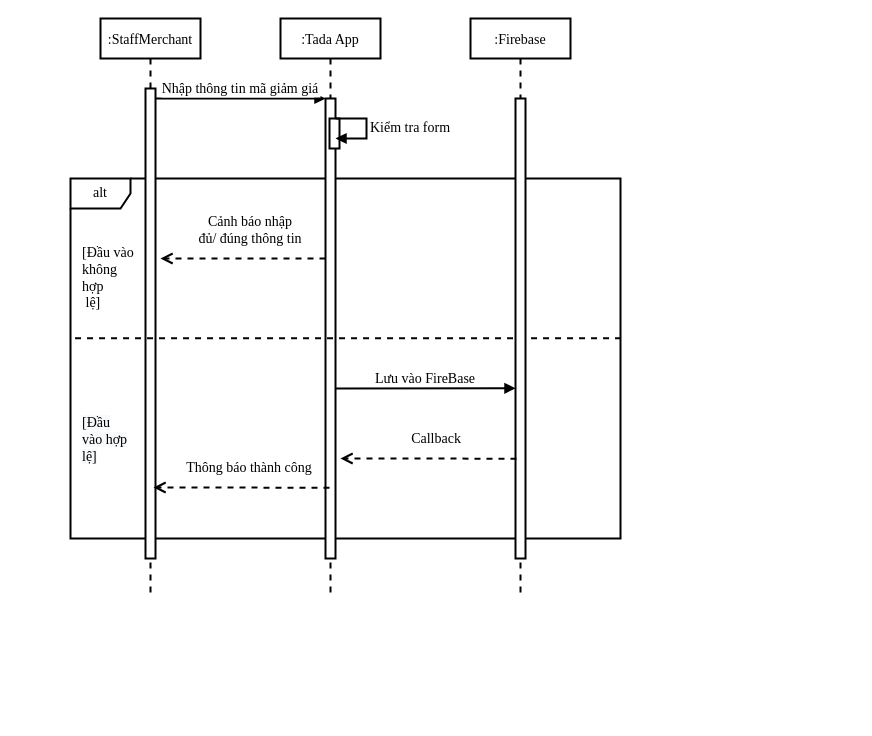
nguyendu11a2/TADA_DIAGRAM keeps this draw.io diagram as Untitled Diagram.drawio. Above is the earlier version. Source tidied: cells renumbered, new cells numbered last; positions are measured from the earlier drawing's top-left corner, leaving out a move shared by most shapes. Both pictures are drawn from the tidied source at 100%, with x=0, y=0 at pixel (70, 18).
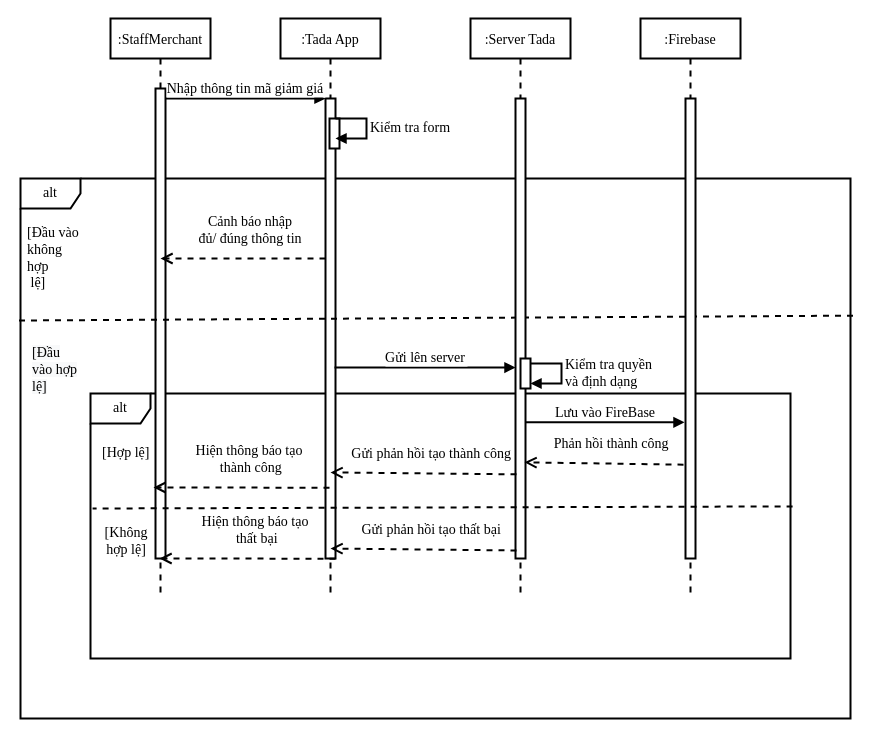
The same page after the edit.

The change refers to these unchanged cells:
```xml
<mxCell id="5" value=":Tada App" style="shape=umlLifeline;perimeter=lifelinePerimeter;rounded=0;shadow=0;strokeWidth=2;fontSize=14;fontFamily=Times New Roman;" parent="1" vertex="1">
  <mxGeometry x="210" width="100" height="580" as="geometry" />
</mxCell>
<mxCell id="6" style="points=[];perimeter=orthogonalPerimeter;rounded=0;shadow=0;strokeWidth=2;fontSize=14;fontFamily=Times New Roman;" parent="5" vertex="1">
  <mxGeometry x="45" y="80" width="10" height="460" as="geometry" />
</mxCell>
<mxCell id="13" style="points=[];perimeter=orthogonalPerimeter;rounded=0;shadow=0;strokeWidth=2;fontSize=14;fontFamily=Times New Roman;" parent="12" vertex="1">
  <mxGeometry x="45" y="80" width="10" height="460" as="geometry" />
</mxCell>
```

The edit, as a diff of the source:
```diff
@@
     <mxCell id="2" value="alt" style="shape=umlFrame;whiteSpace=wrap;html=1;fontSize=14;fontFamily=Times New Roman;strokeWidth=2;" parent="1" vertex="1">
-      <mxGeometry y="160" width="550" height="360" as="geometry" />
+      <mxGeometry x="-50" y="160" width="830" height="540" as="geometry" />
     </mxCell>
+    <mxCell id="19" value="alt" style="shape=umlFrame;whiteSpace=wrap;html=1;fontSize=14;fontFamily=Times New Roman;strokeWidth=2;" parent="1" vertex="1">
+      <mxGeometry x="20" y="375" width="700" height="265" as="geometry" />
+    </mxCell>
     <mxCell id="3" value=":StaffMerchant" style="shape=umlLifeline;perimeter=lifelinePerimeter;rounded=0;shadow=0;strokeWidth=2;fontSize=14;fontFamily=Times New Roman;" parent="1" vertex="1">
-      <mxGeometry x="30" width="100" height="580" as="geometry" />
+      <mxGeometry x="40" width="100" height="580" as="geometry" />
     </mxCell>
@@
-    <mxCell id="9" value="Thông báo thành công" style="verticalAlign=bottom;endArrow=open;dashed=1;endSize=8;shadow=0;strokeWidth=2;fontSize=14;fontFamily=Times New Roman;exitX=0.1;exitY=0.783;exitDx=0;exitDy=0;exitPerimeter=0;" parent="5" edge="1">
+    <mxCell id="9" value="Hiện thông báo tạo&#10; thành công" style="verticalAlign=bottom;endArrow=open;dashed=1;endSize=8;shadow=0;strokeWidth=2;fontSize=14;fontFamily=Times New Roman;exitX=0.1;exitY=0.783;exitDx=0;exitDy=0;exitPerimeter=0;" parent="5" edge="1">
       <mxGeometry x="-0.09" y="-10" relative="1" as="geometry">
         <mxPoint x="49" y="469.2" as="sourcePoint" />
         <mxPoint x="-127" y="469" as="targetPoint" />
       </mxGeometry>
     </mxCell>
+    <mxCell id="20" value="Hiện thông báo tạo&#10; thất bại" style="verticalAlign=bottom;endArrow=open;dashed=1;endSize=8;shadow=0;strokeWidth=2;fontSize=14;fontFamily=Times New Roman;exitX=0.1;exitY=0.783;exitDx=0;exitDy=0;exitPerimeter=0;" parent="5" edge="1">
+      <mxGeometry x="-0.09" y="-10" relative="1" as="geometry">
+        <mxPoint x="55" y="540.2" as="sourcePoint" />
+        <mxPoint x="-121" y="540" as="targetPoint" />
+      </mxGeometry>
+    </mxCell>
-    <mxCell id="10" style="verticalAlign=bottom;endArrow=none;dashed=1;endSize=8;exitX=1.001;exitY=0.444;shadow=0;strokeWidth=2;fontSize=14;fontFamily=Times New Roman;exitDx=0;exitDy=0;exitPerimeter=0;entryX=-0.002;entryY=0.444;entryDx=0;entryDy=0;entryPerimeter=0;endFill=0;" parent="1" edge="1" source="2" target="2">
+    <mxCell id="10" style="verticalAlign=bottom;endArrow=none;dashed=1;endSize=8;exitX=1.003;exitY=0.254;shadow=0;strokeWidth=2;fontSize=14;fontFamily=Times New Roman;exitDx=0;exitDy=0;exitPerimeter=0;entryX=-0.003;entryY=0.263;entryDx=0;entryDy=0;entryPerimeter=0;endFill=0;" parent="1" edge="1" source="2" target="2">
       <mxGeometry relative="1" as="geometry" />
     </mxCell>
@@
-    <mxCell id="12" value=":Firebase" style="shape=umlLifeline;perimeter=lifelinePerimeter;rounded=0;shadow=0;strokeWidth=2;fontSize=14;fontFamily=Times New Roman;" parent="1" vertex="1">
+    <mxCell id="12" value=":Server Tada" style="shape=umlLifeline;perimeter=lifelinePerimeter;rounded=0;shadow=0;strokeWidth=2;fontSize=14;fontFamily=Times New Roman;" parent="1" vertex="1">
       <mxGeometry x="400" width="100" height="580" as="geometry" />
     </mxCell>
@@
-    <mxCell id="14" value="Lưu vào FireBase" style="verticalAlign=bottom;endArrow=block;entryX=0;entryY=0.63;shadow=0;strokeWidth=2;fontSize=14;fontFamily=Times New Roman;entryDx=0;entryDy=0;entryPerimeter=0;" parent="12" edge="1" target="13">
-      <mxGeometry relative="1" as="geometry">
-        <mxPoint x="-135" y="370" as="sourcePoint" />
-      </mxGeometry>
-    </mxCell>
+    <mxCell id="21" style="html=1;perimeter=orthogonalPerimeter;fontSize=14;fontFamily=Times New Roman;strokeWidth=2;" parent="12" vertex="1">
+      <mxGeometry x="50" y="340" width="10" height="30" as="geometry" />
+    </mxCell>
+    <mxCell id="22" value="&lt;span style=&quot;text-align: center ; font-size: 14px&quot;&gt;Kiểm tra quyền &lt;br&gt;và định dạng&lt;/span&gt;" style="edgeStyle=orthogonalEdgeStyle;html=1;align=left;spacingLeft=2;endArrow=block;rounded=0;entryX=1;entryY=0;fontSize=14;fontFamily=Times New Roman;strokeWidth=2;" parent="12" edge="1">
+      <mxGeometry relative="1" as="geometry">
+        <mxPoint x="60" y="345" as="sourcePoint" />
+        <mxPoint x="60" y="365" as="targetPoint" />
+        <Array as="points">
+          <mxPoint x="91" y="345" />
+        </Array>
+      </mxGeometry>
+    </mxCell>
     <mxCell id="15" value="&lt;span style=&quot;color: rgb(0, 0, 0); font-size: 14px; font-style: normal; font-weight: 400; letter-spacing: normal; text-align: center; text-indent: 0px; text-transform: none; word-spacing: 0px; display: inline; float: none; background-color: rgb(255, 255, 255);&quot;&gt;[Đầu vào không hợp&lt;br style=&quot;font-size: 14px;&quot;&gt;&amp;nbsp;lệ]&lt;/span&gt;" style="text;whiteSpace=wrap;html=1;fontSize=14;fontFamily=Times New Roman;strokeWidth=2;" parent="1" vertex="1">
-      <mxGeometry x="10" y="220" width="60" height="50" as="geometry" />
+      <mxGeometry x="-45" y="200" width="60" height="50" as="geometry" />
     </mxCell>
     <mxCell id="16" value="&lt;span style=&quot;color: rgb(0, 0, 0); font-size: 14px; font-style: normal; font-weight: 400; letter-spacing: normal; text-align: center; text-indent: 0px; text-transform: none; word-spacing: 0px; background-color: rgb(248, 249, 250); display: inline; float: none;&quot;&gt;[Đầu vào hợp lệ]&lt;/span&gt;" style="text;whiteSpace=wrap;html=1;fontSize=14;fontFamily=Times New Roman;strokeWidth=2;" parent="1" vertex="1">
-      <mxGeometry x="10" y="390" width="50" height="50" as="geometry" />
+      <mxGeometry x="-40" y="320" width="50" height="50" as="geometry" />
     </mxCell>
@@
-    <mxCell id="18" value="Callback" style="verticalAlign=bottom;endArrow=open;dashed=1;endSize=8;shadow=0;strokeWidth=2;fontSize=14;fontFamily=Times New Roman;exitX=0.1;exitY=0.783;exitDx=0;exitDy=0;exitPerimeter=0;" parent="1" edge="1" source="13">
-      <mxGeometry x="-0.09" y="-10" relative="1" as="geometry">
-        <mxPoint x="270" y="440" as="targetPoint" />
-      </mxGeometry>
+    <mxCell id="18" value="Phản hồi thành công" style="verticalAlign=bottom;endArrow=open;dashed=1;endSize=8;shadow=0;strokeWidth=2;fontSize=14;fontFamily=Times New Roman;exitX=-0.2;exitY=0.796;exitDx=0;exitDy=0;exitPerimeter=0;entryX=0.9;entryY=0.791;entryDx=0;entryDy=0;entryPerimeter=0;" parent="1" edge="1" source="24" target="13">
+      <mxGeometry x="-0.09" y="-10" relative="1" as="geometry" />
     </mxCell>
+    <mxCell id="23" value=":Firebase" style="shape=umlLifeline;perimeter=lifelinePerimeter;rounded=0;shadow=0;strokeWidth=2;fontSize=14;fontFamily=Times New Roman;" parent="1" vertex="1">
+      <mxGeometry x="570" width="100" height="580" as="geometry" />
+    </mxCell>
+    <mxCell id="24" style="points=[];perimeter=orthogonalPerimeter;rounded=0;shadow=0;strokeWidth=2;fontSize=14;fontFamily=Times New Roman;" parent="23" vertex="1">
+      <mxGeometry x="45" y="80" width="10" height="460" as="geometry" />
+    </mxCell>
+    <mxCell id="25" value="Lưu vào FireBase" style="verticalAlign=bottom;endArrow=block;entryX=-0.1;entryY=0.704;shadow=0;strokeWidth=2;fontSize=14;fontFamily=Times New Roman;entryDx=0;entryDy=0;entryPerimeter=0;" parent="1" edge="1" source="13" target="24">
+      <mxGeometry relative="1" as="geometry" />
+    </mxCell>
+    <mxCell id="14" value="Gửi lên server" style="verticalAlign=bottom;endArrow=block;shadow=0;strokeWidth=2;fontSize=14;fontFamily=Times New Roman;exitX=0.9;exitY=0.585;exitDx=0;exitDy=0;exitPerimeter=0;" parent="1" edge="1" source="6" target="13">
+      <mxGeometry relative="1" as="geometry" />
+    </mxCell>
+    <mxCell id="26" value="Gửi phản hồi tạo thành công" style="verticalAlign=bottom;endArrow=open;dashed=1;endSize=8;shadow=0;strokeWidth=2;fontSize=14;fontFamily=Times New Roman;exitX=0.1;exitY=0.817;exitDx=0;exitDy=0;exitPerimeter=0;entryX=0.9;entryY=0.791;entryDx=0;entryDy=0;entryPerimeter=0;" parent="1" edge="1" source="13">
+      <mxGeometry x="-0.09" y="-10" relative="1" as="geometry">
+        <mxPoint x="260" y="453.9" as="targetPoint" />
+      </mxGeometry>
+    </mxCell>
+    <mxCell id="27" value="Gửi phản hồi tạo thất bại" style="verticalAlign=bottom;endArrow=open;dashed=1;endSize=8;shadow=0;strokeWidth=2;fontSize=14;fontFamily=Times New Roman;exitX=0.1;exitY=0.817;exitDx=0;exitDy=0;exitPerimeter=0;entryX=0.9;entryY=0.791;entryDx=0;entryDy=0;entryPerimeter=0;" parent="1" edge="1">
+      <mxGeometry x="-0.09" y="-10" relative="1" as="geometry">
+        <mxPoint x="446" y="532" as="sourcePoint" />
+        <mxPoint x="260" y="530" as="targetPoint" />
+      </mxGeometry>
+    </mxCell>
+    <mxCell id="28" style="verticalAlign=bottom;endArrow=none;dashed=1;endSize=8;shadow=0;strokeWidth=2;fontSize=14;fontFamily=Times New Roman;endFill=0;exitX=1.003;exitY=0.426;exitDx=0;exitDy=0;exitPerimeter=0;entryX=0.003;entryY=0.434;entryDx=0;entryDy=0;entryPerimeter=0;" parent="1" edge="1" source="19" target="19">
+      <mxGeometry relative="1" as="geometry" />
+    </mxCell>
+    <mxCell id="29" value="&lt;div style=&quot;text-align: center&quot;&gt;&lt;span&gt;[Hợp lệ]&lt;/span&gt;&lt;/div&gt;" style="text;whiteSpace=wrap;html=1;fontSize=14;fontFamily=Times New Roman;strokeWidth=2;" parent="1" vertex="1">
+      <mxGeometry x="30" y="420" width="50" height="50" as="geometry" />
+    </mxCell>
+    <mxCell id="30" value="&lt;div style=&quot;text-align: center&quot;&gt;[Không hợp lệ]&lt;/div&gt;" style="text;whiteSpace=wrap;html=1;fontSize=14;fontFamily=Times New Roman;strokeWidth=2;" parent="1" vertex="1">
+      <mxGeometry x="30" y="500" width="50" height="50" as="geometry" />
+    </mxCell>
```
